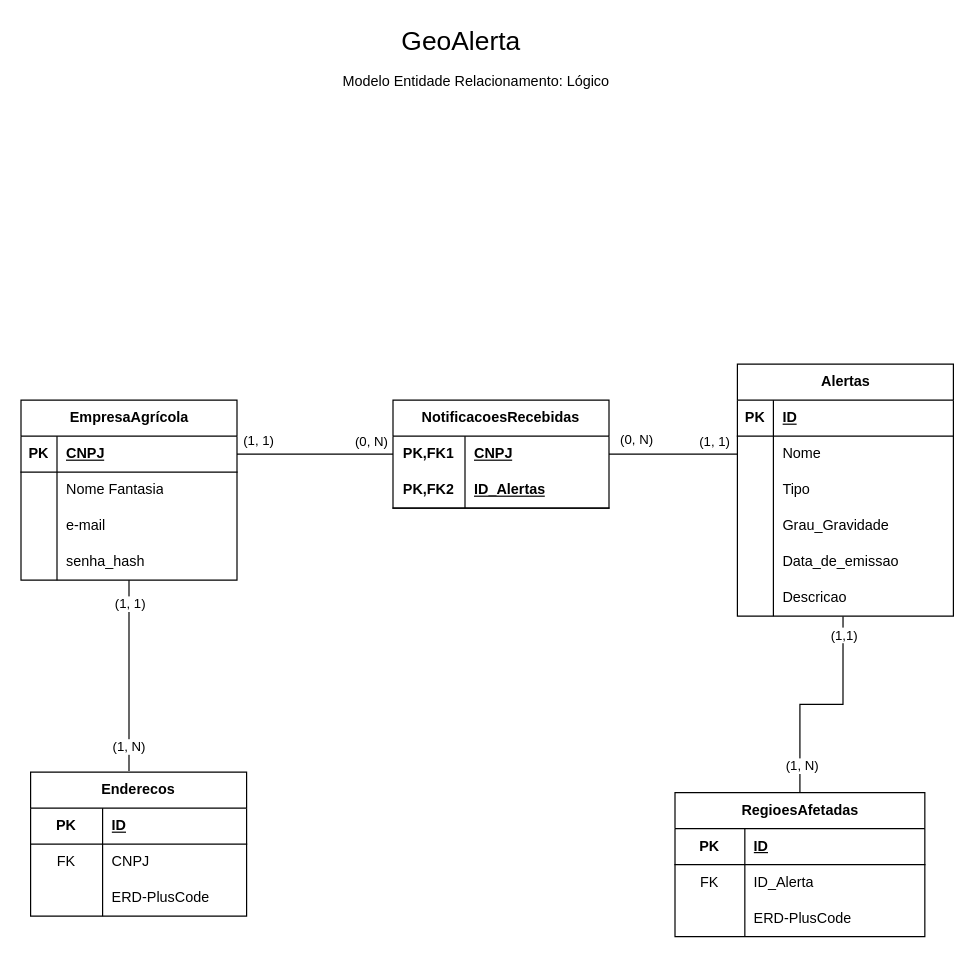
This is page "Lógico" (2 of 3) of banco-de-dados/Diagrama-ER.drawio from Code-Masters-F/GeoAlerta, a draw.io file, before an edit. Source tidied: cells renumbered, new cells numbered last; positions are measured from the earlier drawing's top-left corner, leaving out a move shared by most shapes. Both pictures are drawn from the tidied source at 120%, with x=0, y=0 at pixel (20, 20).
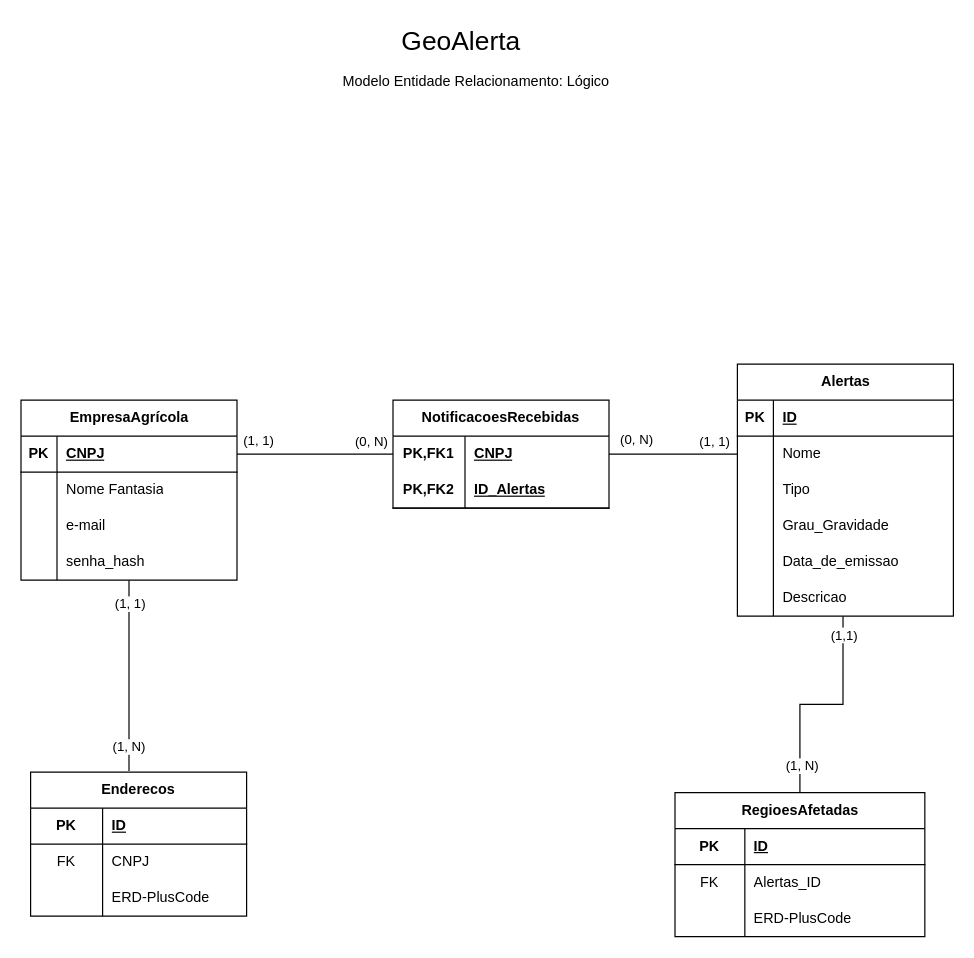
After the change.

Unchanged cells that the change refers to:
```xml
<mxCell id="51" style="shape=tableRow;horizontal=0;startSize=0;swimlaneHead=0;swimlaneBody=0;fillColor=none;top=0;left=0;right=0;bottom=0;" parent="47" vertex="1">
  <mxGeometry y="60" width="208.2" height="30" as="geometry" />
</mxCell>
```

Change to the diagram source:
```diff
@@
-    <mxCell id="53" value="ID_Alerta" style="shape=partialRectangle;fillColor=none;top=0;left=0;bottom=0;right=0;align=left;spacingLeft=6;fontStyle=0;overflow=hidden;whiteSpace=wrap;html=1;" parent="51" vertex="1">
+    <mxCell id="53" value="Alertas_ID" style="shape=partialRectangle;fillColor=none;top=0;left=0;bottom=0;right=0;align=left;spacingLeft=6;fontStyle=0;overflow=hidden;whiteSpace=wrap;html=1;" parent="51" vertex="1">
       <mxGeometry x="58.2" width="150" height="30" as="geometry" />
     </mxCell>
```
